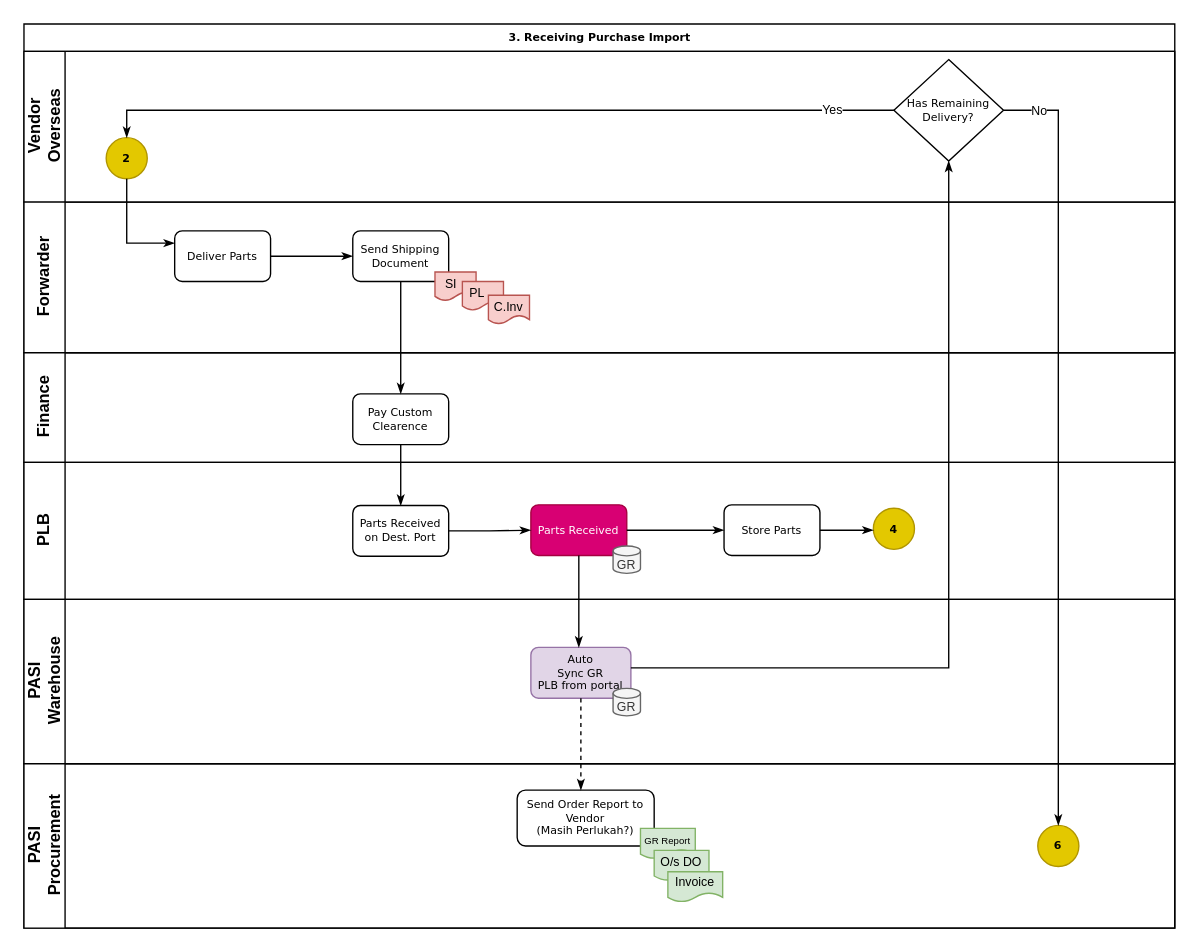
Earlier version of the draw.io diagram page "3. Receiving Purchase Import" (4 of 8) of PASI - PPS.drawio (hendrasaputra0501/pasi-bpa). Source tidied: cells renumbered, new cells numbered last; positions are measured from the earlier drawing's top-left corner, leaving out a move shared by most shapes. Both pictures are drawn from the tidied source at 137%, with x=0, y=0 at pixel (23, 23).
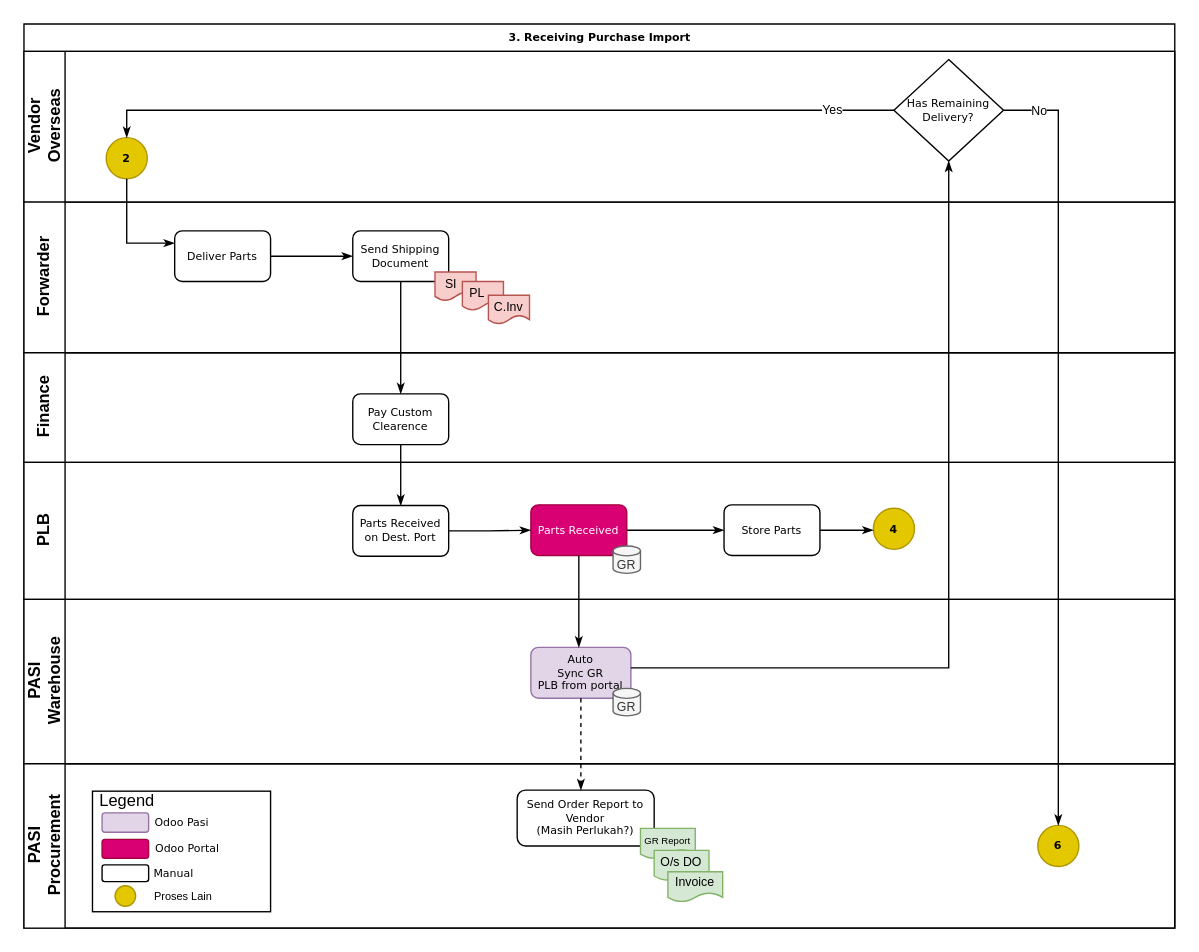
After the change.

Unchanged cells that the change refers to:
```xml
<mxCell id="29" value="PASI&lt;div&gt;Procurement&lt;/div&gt;" style="swimlane;html=1;startSize=30;horizontal=0;" parent="2" vertex="1">
  <mxGeometry y="540" width="840" height="120" as="geometry" />
</mxCell>
```

The edit, as a diff of the source:
```diff
@@
+    <mxCell id="43" style="group;" parent="29" vertex="1">
+      <mxGeometry x="50" y="20" width="130" height="88" as="geometry" />
+    </mxCell>
+    <mxCell id="44" value="Legend" style="rounded=0;html=1;spacingLeft=-80;spacingTop=-75;" parent="43" vertex="1">
+      <mxGeometry width="130" height="88" as="geometry" />
+    </mxCell>
+    <mxCell id="45" value="Odoo Pasi" style="rounded=1;html=1;shadow=0;labelBackgroundColor=none;strokeWidth=1;fontFamily=Verdana;fontSize=8;align=center;strokeColor=#9673a6;verticalAlign=middle;fontColor=default;fillColor=#e1d5e7;spacingLeft=82;" parent="43" vertex="1">
+      <mxGeometry x="7" y="15.8" width="34" height="14.2" as="geometry" />
+    </mxCell>
+    <mxCell id="46" value="Odoo Portal" style="rounded=1;html=1;shadow=0;labelBackgroundColor=none;strokeWidth=1;fontFamily=Verdana;fontSize=8;align=center;fillColor=#d80073;fontColor=#000000;strokeColor=#A50040;spacingLeft=90;" parent="43" vertex="1">
+      <mxGeometry x="7" y="35.2" width="34" height="13.8" as="geometry" />
+    </mxCell>
+    <mxCell id="47" value="Manual" style="rounded=1;html=1;shadow=0;labelBackgroundColor=none;strokeWidth=1;fontFamily=Verdana;fontSize=8;align=center;spacingLeft=70;" parent="43" vertex="1">
+      <mxGeometry x="7" y="53.8" width="34" height="12.2" as="geometry" />
+    </mxCell>
+    <mxCell id="48" value="Proses Lain" style="ellipse;html=1;strokeColor=#B09500;align=center;verticalAlign=middle;fontFamily=Helvetica;fontSize=8;fontColor=#000000;fillColor=#e3c800;spacingLeft=84;" parent="43" vertex="1">
+      <mxGeometry x="16.5" y="69" width="15" height="15" as="geometry" />
+    </mxCell>
```
